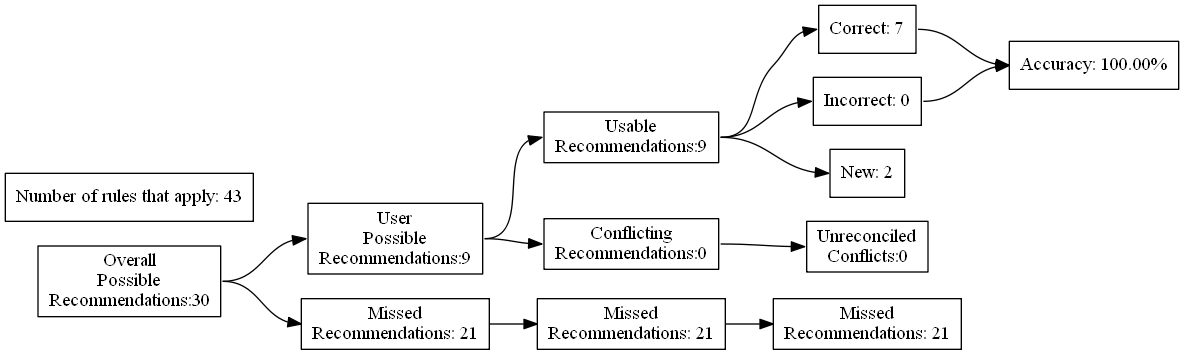
Before: test_renders/11.gv.png, a diagram exported from Graphviz (ZaxR/ibd_diet_analysis). Its source is kept beside it as test_renders/11.gv. Its diagram source:
```dot
digraph {
	graph [rankdir=LR]
	node [pos=r shape=box]
	edge [headport=w tailport=e]
		A [label="Overall
Possible
Recommendations:30"]
		B [label="User
Possible
Recommendations:9"]
		C [label="Missed
Recommendations: 21"]
		D [label="Usable
Recommendations:9"]
		E [label="Conflicting
Recommendations:0"]
		J [label="Missed
Recommendations: 21"]
		M [label="Unreconciled
Conflicts:0"]
		F [label="Correct: 7"]
		G [label="Incorrect: 0"]
		H [label="New: 2"]
		K [label="Missed
Recommendations: 21"]
		I [label="Accuracy: 100.00%"]
		l [label="Number of rules that apply: 43"]
			A -> B
			A -> C
			B -> D
			B -> E
			D -> F
			D -> G
			D -> H
			F -> I
			G -> I
			C -> J
			J -> K
			E -> M
}
```
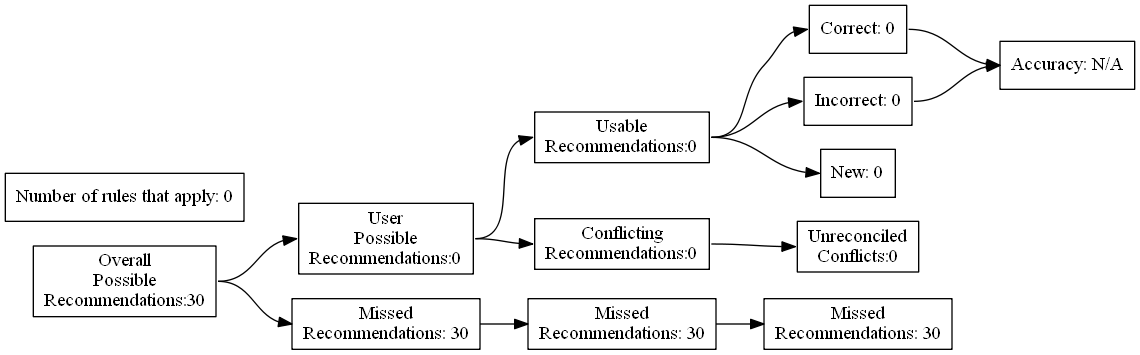
After the commit.

What changed in the source:
```diff
@@ -7,24 +7,24 @@
 Recommendations:30"]
 		B [label="User
 Possible
-Recommendations:9"]
+Recommendations:0"]
 		C [label="Missed
-Recommendations: 21"]
+Recommendations: 30"]
 		D [label="Usable
-Recommendations:9"]
+Recommendations:0"]
 		E [label="Conflicting
 Recommendations:0"]
 		J [label="Missed
-Recommendations: 21"]
+Recommendations: 30"]
 		M [label="Unreconciled
 Conflicts:0"]
-		F [label="Correct: 7"]
+		F [label="Correct: 0"]
 		G [label="Incorrect: 0"]
-		H [label="New: 2"]
+		H [label="New: 0"]
 		K [label="Missed
-Recommendations: 21"]
-		I [label="Accuracy: 100.00%"]
-		l [label="Number of rules that apply: 43"]
+Recommendations: 30"]
+		I [label="Accuracy: N/A"]
+		l [label="Number of rules that apply: 0"]
 			A -> B
 			A -> C
 			B -> D
```
